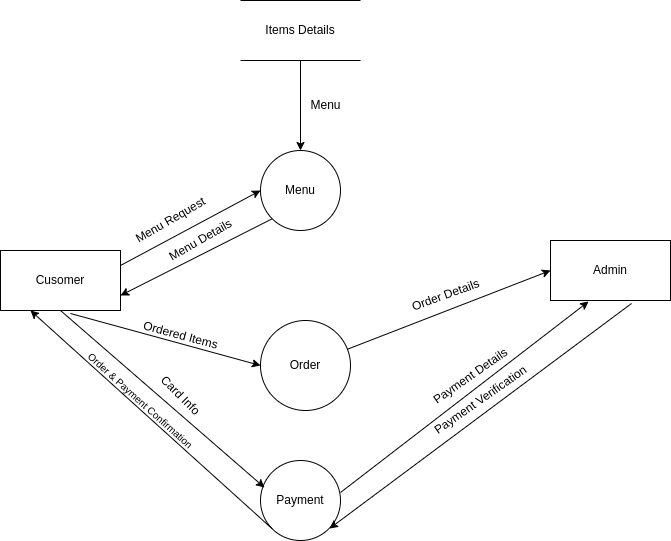
aakash018/test keeps this draw.io diagram as dfd1.drawio.png. Above is the earlier version. Source tidied: cells renumbered, new cells last; positions are measured from the earlier drawing's top-left corner, leaving out a move shared by most shapes.
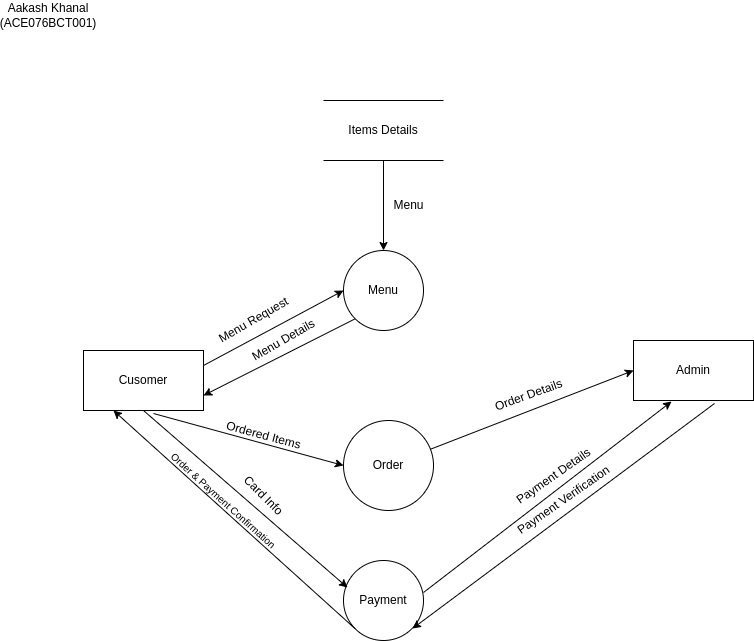
Above is the later version.

Diff of the diagram source:
```diff
@@ -76,5 +76,8 @@
     <mxCell id="25" value="&lt;font style=&quot;font-size: 10px;&quot;&gt;Order &amp;amp; Payment Confirmation&lt;/font&gt;" style="text;html=1;align=center;verticalAlign=middle;strokeColor=none;fillColor=none;rotation=42;" parent="1" vertex="1">
       <mxGeometry x="60" y="385" width="160" height="30" as="geometry" />
     </mxCell>
+    <mxCell id="26" value="&lt;font style=&quot;font-size: 12px;&quot;&gt;Aakash Khanal (ACE076BCT001)&lt;/font&gt;" style="text;html=1;strokeColor=none;fillColor=none;align=center;verticalAlign=middle;whiteSpace=wrap;rounded=0;fontSize=10;" parent="1" vertex="1">
+      <mxGeometry x="-80" y="-100" width="90" height="30" as="geometry" />
+    </mxCell>
   </root>
 </mxGraphModel>
```
